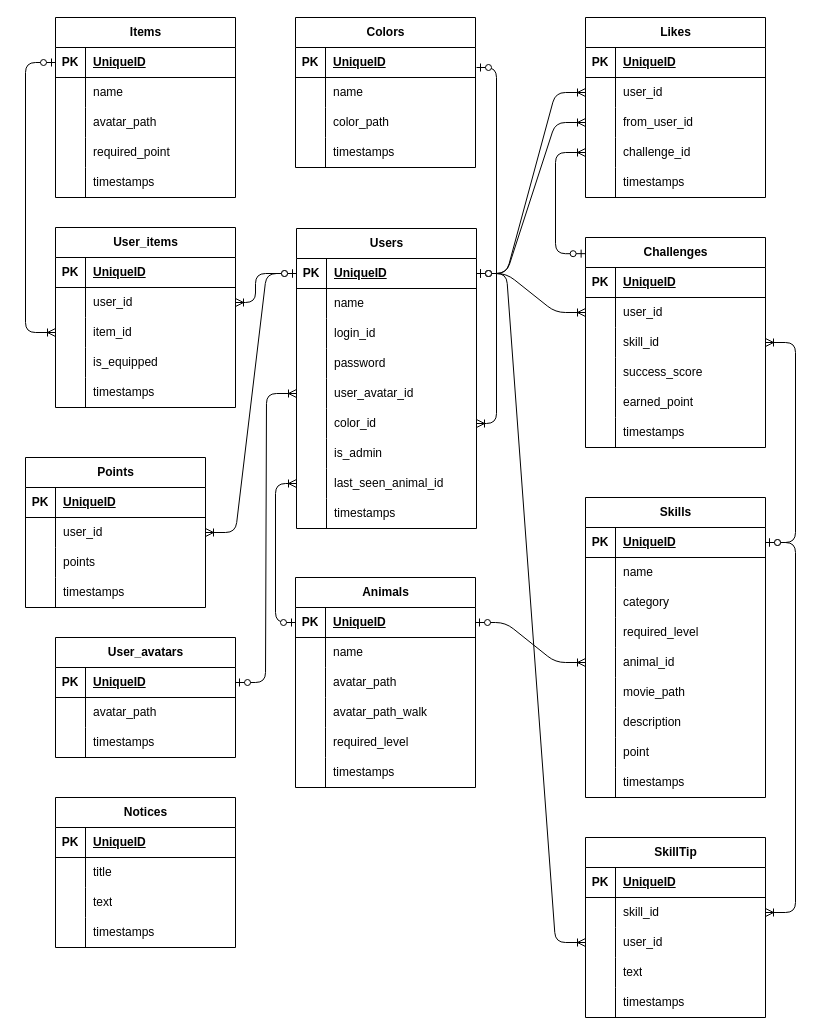
Earlier version of the draw.io diagram ER.drawio (yoichi-hashimoto/coachtech-unicycle-app-react). Source tidied: cells renumbered, new cells numbered last; positions are measured from the earlier drawing's top-left corner, leaving out a move shared by most shapes. Both pictures are drawn from the tidied source at 100%, with x=0, y=0 at pixel (25, 17).
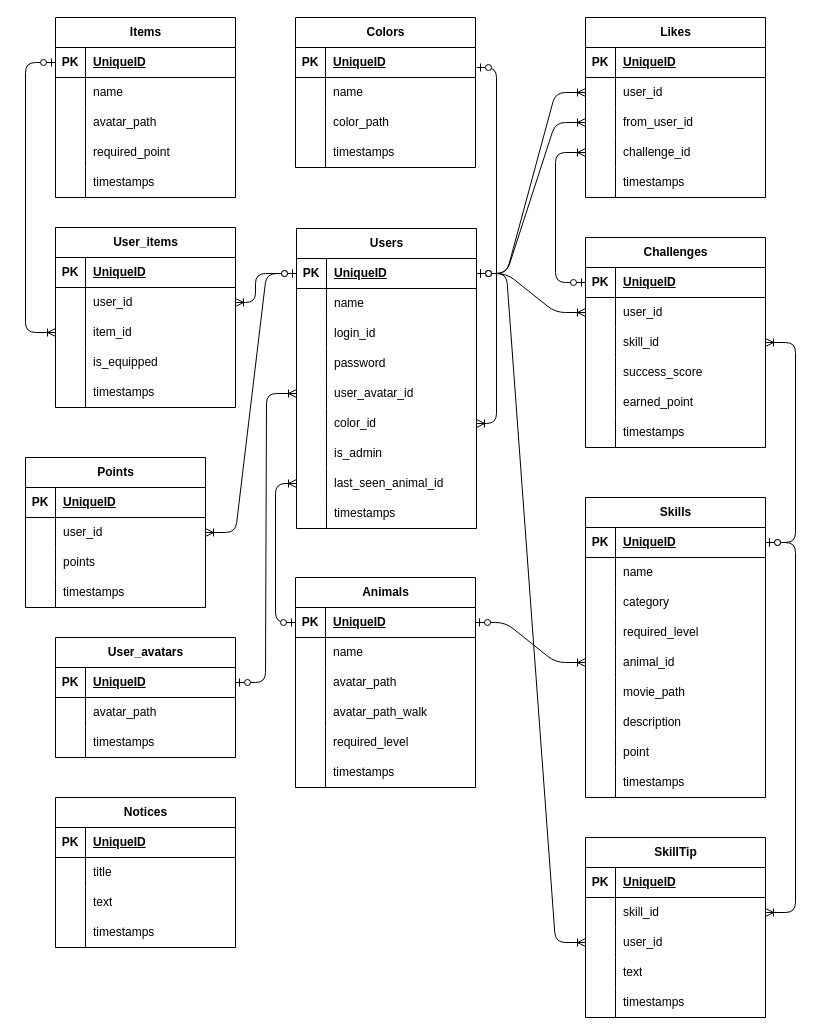
After the change.

The change refers to these unchanged cells:
```xml
<mxCell id="117" value="Challenges" style="shape=table;startSize=30;childLayout=tableLayout;rowLines=0;fontStyle=1;align=center;html=1;" parent="1" vertex="1">
  <mxGeometry x="560" y="220" width="180" height="210" as="geometry" />
</mxCell>
<mxCell id="118" style="shape=tableRow;horizontal=0;startSize=0;swimlaneHead=0;swimlaneBody=0;fillColor=none;points=[[0,0.5],[1,0.5]];portConstraint=eastwest;top=0;left=0;right=0;bottom=1;" parent="117" vertex="1">
  <mxGeometry y="30" width="180" height="30" as="geometry" />
</mxCell>
<mxCell id="146" style="shape=tableRow;horizontal=0;startSize=0;swimlaneHead=0;swimlaneBody=0;fillColor=none;points=[[0,0.5],[1,0.5]];portConstraint=eastwest;top=0;left=0;right=0;bottom=0;" parent="136" vertex="1">
  <mxGeometry y="120" width="180" height="30" as="geometry" />
</mxCell>
```

Diff of the diagram source:
```diff
@@
-    <mxCell id="195" style="edgeStyle=orthogonalEdgeStyle;fontSize=12;html=1;endArrow=ERoneToMany;startArrow=ERzeroToOne;entryX=0;entryY=0.5;entryDx=0;entryDy=0;exitX=-0.002;exitY=0.077;exitDx=0;exitDy=0;exitPerimeter=0;" parent="1" edge="1" source="117" target="146">
+    <mxCell id="195" style="edgeStyle=orthogonalEdgeStyle;fontSize=12;html=1;endArrow=ERoneToMany;startArrow=ERzeroToOne;entryX=0;entryY=0.5;entryDx=0;entryDy=0;exitX=0;exitY=0.5;exitDx=0;exitDy=0;" parent="1" edge="1" source="118" target="146">
       <mxGeometry relative="1" as="geometry">
         <Array as="points">
-          <mxPoint x="530" y="236.2" />
-          <mxPoint x="530" y="135" />
+          <mxPoint x="530" y="265.1" />
+          <mxPoint x="530" y="134.9" />
         </Array>
       </mxGeometry>
     </mxCell>
```
